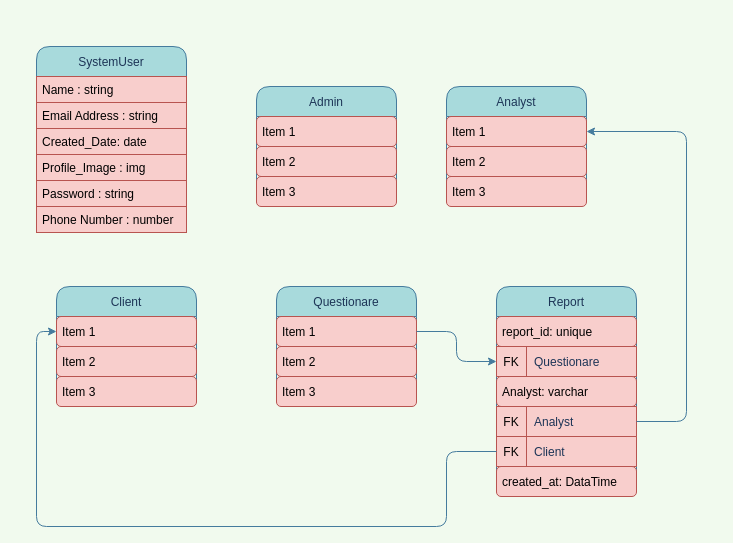
mabdulrafea101/sohaib_fyp_docs keeps this draw.io diagram as erd_GBSD.drawio. Above is the earlier version. Source tidied: cells renumbered, new cells numbered last; positions are measured from the earlier drawing's top-left corner, leaving out a move shared by most shapes. Both pictures are drawn from the tidied source at 100%, with x=0, y=0 at pixel (36, 46).
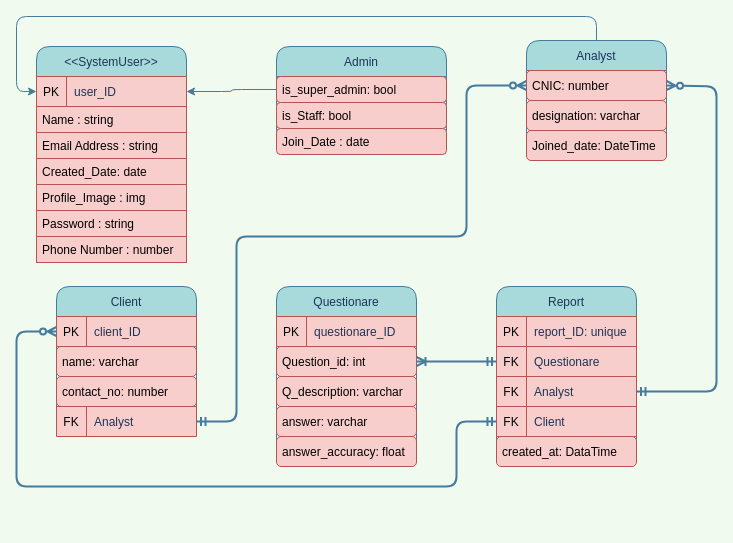
Above is the later version.

The change refers to these unchanged cells:
```xml
<mxCell id="28" style="shape=partialRectangle;fillColor=none;top=0;left=0;bottom=0;right=0;points=[[0,0.5],[1,0.5]];portConstraint=eastwest;rounded=0;sketch=0;fontColor=#1D3557;strokeColor=#457B9D;" parent="27" vertex="1">
  <mxGeometry width="140" height="30" as="geometry" />
</mxCell>
<mxCell id="33" style="shape=partialRectangle;fillColor=none;top=0;left=0;bottom=0;right=0;points=[[0,0.5],[1,0.5]];portConstraint=eastwest;rounded=0;sketch=0;fontColor=#1D3557;strokeColor=#457B9D;" parent="32" vertex="1">
  <mxGeometry width="140" height="30" as="geometry" />
</mxCell>
<mxCell id="37" style="shape=partialRectangle;fillColor=none;top=0;left=0;bottom=0;right=0;points=[[0,0.5],[1,0.5]];portConstraint=eastwest;rounded=0;sketch=0;fontColor=#1D3557;strokeColor=#457B9D;" parent="36" vertex="1">
  <mxGeometry width="140" height="30" as="geometry" />
</mxCell>
```

Change to the diagram source:
```diff
@@
-    <mxCell id="2" value="SystemUser" style="swimlane;fontStyle=0;horizontal=1;startSize=30;rounded=1;fontColor=#1D3557;strokeColor=#457B9D;fillColor=#A8DADC;" parent="1" vertex="1">
-      <mxGeometry width="150" height="186" as="geometry" />
+    <mxCell id="2" value="&lt;&lt;SystemUser&gt;&gt;" style="swimlane;fontStyle=0;horizontal=1;startSize=30;rounded=1;fontColor=#1D3557;strokeColor=#457B9D;fillColor=#A8DADC;" parent="1" vertex="1">
+      <mxGeometry width="150" height="216" as="geometry" />
     </mxCell>
+    <mxCell id="44" style="shape=table;startSize=0;childLayout=tableLayout;rowLines=0;fontStyle=0;align=center;strokeColor=#b85450;fillColor=#f8cecc;rounded=1;sketch=0;fontColor=#000000;" parent="2" vertex="1">
+      <mxGeometry y="30" width="150" height="30" as="geometry" />
+    </mxCell>
+    <mxCell id="45" style="shape=partialRectangle;fillColor=none;top=0;left=0;bottom=0;right=0;points=[[0,0.5],[1,0.5]];portConstraint=eastwest;rounded=0;sketch=0;fontColor=#1D3557;strokeColor=#457B9D;" parent="44" vertex="1">
+      <mxGeometry width="150" height="30" as="geometry" />
+    </mxCell>
+    <mxCell id="46" value="PK" style="shape=partialRectangle;fillColor=none;top=0;left=0;bottom=0;right=0;fontStyle=0;overflow=hidden;rounded=0;sketch=0;fontColor=#000000;strokeColor=#457B9D;" parent="45" vertex="1">
+      <mxGeometry width="30" height="30" as="geometry" />
+    </mxCell>
+    <mxCell id="47" value="user_ID" style="shape=partialRectangle;fillColor=none;top=0;left=0;bottom=0;right=0;align=left;spacingLeft=6;fontStyle=0;overflow=hidden;rounded=0;sketch=0;fontColor=#1D3557;strokeColor=#457B9D;" parent="45" vertex="1">
+      <mxGeometry x="30" width="120" height="30" as="geometry" />
+    </mxCell>
     <mxCell id="3" value="Name : string" style="text;align=left;verticalAlign=top;spacingLeft=4;spacingRight=4;overflow=hidden;fillColor=#f8cecc;strokeColor=#b85450;" parent="2" vertex="1">
-      <mxGeometry y="30" width="150" height="26" as="geometry" />
+      <mxGeometry y="60" width="150" height="26" as="geometry" />
     </mxCell>
     <mxCell id="4" value="Email Address : string" style="text;align=left;verticalAlign=top;spacingLeft=4;spacingRight=4;overflow=hidden;rounded=0;shadow=0;html=0;fillColor=#f8cecc;strokeColor=#b85450;" parent="2" vertex="1">
-      <mxGeometry y="56" width="150" height="26" as="geometry" />
+      <mxGeometry y="86" width="150" height="26" as="geometry" />
     </mxCell>
     <mxCell id="5" value="Created_Date: date" style="text;align=left;verticalAlign=top;spacingLeft=4;spacingRight=4;overflow=hidden;rounded=0;shadow=0;html=0;fillColor=#f8cecc;strokeColor=#b85450;" parent="2" vertex="1">
-      <mxGeometry y="82" width="150" height="26" as="geometry" />
+      <mxGeometry y="112" width="150" height="26" as="geometry" />
     </mxCell>
     <mxCell id="6" value="Profile_Image : img" style="text;align=left;verticalAlign=top;spacingLeft=4;spacingRight=4;overflow=hidden;rounded=0;shadow=0;html=0;fillColor=#f8cecc;strokeColor=#b85450;" parent="2" vertex="1">
-      <mxGeometry y="108" width="150" height="26" as="geometry" />
+      <mxGeometry y="138" width="150" height="26" as="geometry" />
     </mxCell>
     <mxCell id="7" value="Password : string" style="text;align=left;verticalAlign=top;spacingLeft=4;spacingRight=4;overflow=hidden;rounded=0;shadow=0;html=0;fillColor=#f8cecc;strokeColor=#b85450;" parent="2" vertex="1">
-      <mxGeometry y="134" width="150" height="26" as="geometry" />
+      <mxGeometry y="164" width="150" height="26" as="geometry" />
     </mxCell>
     <mxCell id="8" value="Phone Number : number" style="text;align=left;verticalAlign=top;spacingLeft=4;spacingRight=4;overflow=hidden;rounded=0;shadow=0;html=0;fillColor=#f8cecc;strokeColor=#b85450;" parent="2" vertex="1">
-      <mxGeometry y="160" width="150" height="26" as="geometry" />
+      <mxGeometry y="190" width="150" height="26" as="geometry" />
     </mxCell>
     <mxCell id="9" value="Admin" style="swimlane;fontStyle=0;horizontal=1;startSize=30;rounded=1;fontColor=#1D3557;strokeColor=#457B9D;fillColor=#A8DADC;" parent="1" vertex="1">
-      <mxGeometry x="220" y="40" width="140" height="120" as="geometry" />
+      <mxGeometry x="240" width="170" height="108" as="geometry" />
     </mxCell>
-    <mxCell id="10" value="Item 1" style="text;strokeColor=#b85450;fillColor=#f8cecc;align=left;verticalAlign=middle;spacingLeft=4;spacingRight=4;overflow=hidden;rounded=1;" parent="9" vertex="1">
-      <mxGeometry y="30" width="140" height="30" as="geometry" />
-    </mxCell>
-    <mxCell id="11" value="Item 2" style="text;strokeColor=#b85450;fillColor=#f8cecc;align=left;verticalAlign=middle;spacingLeft=4;spacingRight=4;overflow=hidden;rounded=1;" parent="9" vertex="1">
-      <mxGeometry y="60" width="140" height="30" as="geometry" />
-    </mxCell>
-    <mxCell id="12" value="Item 3" style="text;strokeColor=#b85450;fillColor=#f8cecc;align=left;verticalAlign=middle;spacingLeft=4;spacingRight=4;overflow=hidden;rounded=1;" parent="9" vertex="1">
-      <mxGeometry y="90" width="140" height="30" as="geometry" />
-    </mxCell>
+    <mxCell id="48" value="is_super_admin: bool" style="text;align=left;verticalAlign=top;spacingLeft=4;spacingRight=4;overflow=hidden;points=[[0,0.5],[1,0.5]];portConstraint=eastwest;fillColor=#f8cecc;strokeColor=#b85450;rounded=1;" parent="9" vertex="1">
+      <mxGeometry y="30" width="170" height="26" as="geometry" />
+    </mxCell>
+    <mxCell id="49" value="is_Staff: bool" style="text;align=left;verticalAlign=top;spacingLeft=4;spacingRight=4;overflow=hidden;fillColor=#f8cecc;strokeColor=#b85450;rounded=1;" parent="9" vertex="1">
+      <mxGeometry y="56" width="170" height="26" as="geometry" />
+    </mxCell>
+    <mxCell id="50" value="Join_Date : date" style="text;align=left;verticalAlign=top;spacingLeft=4;spacingRight=4;overflow=hidden;fillColor=#f8cecc;strokeColor=#b85450;rounded=1;" parent="9" vertex="1">
+      <mxGeometry y="82" width="170" height="26" as="geometry" />
+    </mxCell>
+    <mxCell id="51" style="edgeStyle=orthogonalEdgeStyle;curved=0;rounded=1;sketch=0;jettySize=auto;html=1;exitX=0.5;exitY=0;exitDx=0;exitDy=0;entryX=0;entryY=0.5;entryDx=0;entryDy=0;fontColor=#000000;strokeColor=#457B9D;fillColor=#A8DADC;" parent="1" edge="1" source="13" target="45">
+      <mxGeometry relative="1" as="geometry">
+        <Array as="points">
+          <mxPoint x="560" y="-30" />
+          <mxPoint x="-20" y="-30" />
+          <mxPoint x="-20" y="45" />
+        </Array>
+      </mxGeometry>
+    </mxCell>
     <mxCell id="13" value="Analyst" style="swimlane;fontStyle=0;horizontal=1;startSize=30;rounded=1;fontColor=#1D3557;strokeColor=#457B9D;fillColor=#A8DADC;" parent="1" vertex="1">
-      <mxGeometry x="410" y="40" width="140" height="120" as="geometry" />
+      <mxGeometry x="490" y="-6" width="140" height="120" as="geometry" />
     </mxCell>
-    <mxCell id="14" value="Item 1" style="text;strokeColor=#b85450;fillColor=#f8cecc;align=left;verticalAlign=middle;spacingLeft=4;spacingRight=4;overflow=hidden;points=[[0,0.5],[1,0.5]];portConstraint=eastwest;rounded=1;" parent="13" vertex="1">
+    <mxCell id="14" value="CNIC: number" style="text;strokeColor=#b85450;fillColor=#f8cecc;align=left;verticalAlign=middle;spacingLeft=4;spacingRight=4;overflow=hidden;points=[[0,0.5],[1,0.5]];portConstraint=eastwest;rounded=1;" parent="13" vertex="1">
       <mxGeometry y="30" width="140" height="30" as="geometry" />
     </mxCell>
-    <mxCell id="15" value="Item 2" style="text;strokeColor=#b85450;fillColor=#f8cecc;align=left;verticalAlign=middle;spacingLeft=4;spacingRight=4;overflow=hidden;rounded=1;" parent="13" vertex="1">
+    <mxCell id="15" value="designation: varchar" style="text;strokeColor=#b85450;fillColor=#f8cecc;align=left;verticalAlign=middle;spacingLeft=4;spacingRight=4;overflow=hidden;rounded=1;" parent="13" vertex="1">
       <mxGeometry y="60" width="140" height="30" as="geometry" />
     </mxCell>
-    <mxCell id="16" value="Item 3" style="text;strokeColor=#b85450;fillColor=#f8cecc;align=left;verticalAlign=middle;spacingLeft=4;spacingRight=4;overflow=hidden;rounded=1;" parent="13" vertex="1">
+    <mxCell id="16" value="Joined_date: DateTime" style="text;strokeColor=#b85450;fillColor=#f8cecc;align=left;verticalAlign=middle;spacingLeft=4;spacingRight=4;overflow=hidden;rounded=1;" parent="13" vertex="1">
       <mxGeometry y="90" width="140" height="30" as="geometry" />
     </mxCell>
     <mxCell id="17" value="Client" style="swimlane;fontStyle=0;horizontal=1;startSize=30;rounded=1;fontColor=#1D3557;strokeColor=#457B9D;fillColor=#A8DADC;" parent="1" vertex="1">
-      <mxGeometry x="20" y="240" width="140" height="120" as="geometry" />
+      <mxGeometry x="20" y="240" width="140" height="150" as="geometry" />
     </mxCell>
+    <mxCell id="52" style="shape=table;startSize=0;childLayout=tableLayout;rowLines=0;fontStyle=0;align=center;strokeColor=#b85450;fillColor=#f8cecc;rounded=1;sketch=0;fontColor=#000000;" parent="17" vertex="1">
+      <mxGeometry y="30" width="140" height="30" as="geometry" />
+    </mxCell>
+    <mxCell id="53" style="shape=partialRectangle;fillColor=none;top=0;left=0;bottom=0;right=0;points=[[0,0.5],[1,0.5]];portConstraint=eastwest;rounded=0;sketch=0;fontColor=#1D3557;strokeColor=#457B9D;" parent="52" vertex="1">
+      <mxGeometry width="140" height="30" as="geometry" />
+    </mxCell>
+    <mxCell id="54" value="PK" style="shape=partialRectangle;fillColor=none;top=0;left=0;bottom=0;right=0;fontStyle=0;overflow=hidden;rounded=0;sketch=0;fontColor=#000000;strokeColor=#457B9D;" parent="53" vertex="1">
+      <mxGeometry width="30" height="30" as="geometry" />
+    </mxCell>
+    <mxCell id="55" value="client_ID" style="shape=partialRectangle;fillColor=none;top=0;left=0;bottom=0;right=0;align=left;spacingLeft=6;fontStyle=0;overflow=hidden;rounded=0;sketch=0;fontColor=#1D3557;strokeColor=#457B9D;" parent="53" vertex="1">
+      <mxGeometry x="30" width="110" height="30" as="geometry" />
+    </mxCell>
-    <mxCell id="18" value="Item 1" style="text;strokeColor=#b85450;fillColor=#f8cecc;align=left;verticalAlign=middle;spacingLeft=4;spacingRight=4;overflow=hidden;points=[[0,0.5],[1,0.5]];portConstraint=eastwest;rounded=1;" parent="17" vertex="1">
-      <mxGeometry y="30" width="140" height="30" as="geometry" />
+    <mxCell id="18" value="name: varchar" style="text;strokeColor=#b85450;fillColor=#f8cecc;align=left;verticalAlign=middle;spacingLeft=4;spacingRight=4;overflow=hidden;points=[[0,0.5],[1,0.5]];portConstraint=eastwest;rounded=1;" parent="17" vertex="1">
+      <mxGeometry y="60" width="140" height="30" as="geometry" />
     </mxCell>
-    <mxCell id="19" value="Item 2" style="text;strokeColor=#b85450;fillColor=#f8cecc;align=left;verticalAlign=middle;spacingLeft=4;spacingRight=4;overflow=hidden;rounded=1;" parent="17" vertex="1">
-      <mxGeometry y="60" width="140" height="30" as="geometry" />
+    <mxCell id="19" value="contact_no: number" style="text;strokeColor=#b85450;fillColor=#f8cecc;align=left;verticalAlign=middle;spacingLeft=4;spacingRight=4;overflow=hidden;rounded=1;" parent="17" vertex="1">
+      <mxGeometry y="90" width="140" height="30" as="geometry" />
     </mxCell>
-    <mxCell id="20" value="Item 3" style="text;strokeColor=#b85450;fillColor=#f8cecc;align=left;verticalAlign=middle;spacingLeft=4;spacingRight=4;overflow=hidden;rounded=1;" parent="17" vertex="1">
-      <mxGeometry y="90" width="140" height="30" as="geometry" />
-    </mxCell>
+    <mxCell id="56" style="shape=table;startSize=0;childLayout=tableLayout;rowLines=0;fontStyle=0;align=center;strokeColor=#b85450;fillColor=#f8cecc;rounded=1;sketch=0;fontColor=#000000;" parent="17" vertex="1">
+      <mxGeometry y="120" width="140" height="30" as="geometry" />
+    </mxCell>
+    <mxCell id="57" style="shape=partialRectangle;fillColor=none;top=0;left=0;bottom=0;right=0;points=[[0,0.5],[1,0.5]];portConstraint=eastwest;rounded=0;sketch=0;fontColor=#1D3557;strokeColor=#457B9D;" parent="56" vertex="1">
+      <mxGeometry width="140" height="30" as="geometry" />
+    </mxCell>
+    <mxCell id="58" value="FK" style="shape=partialRectangle;fillColor=none;top=0;left=0;bottom=0;right=0;fontStyle=0;overflow=hidden;rounded=0;sketch=0;fontColor=#000000;strokeColor=#457B9D;" parent="57" vertex="1">
+      <mxGeometry width="30" height="30" as="geometry" />
+    </mxCell>
+    <mxCell id="59" value="Analyst" style="shape=partialRectangle;fillColor=none;top=0;left=0;bottom=0;right=0;align=left;spacingLeft=6;fontStyle=0;overflow=hidden;rounded=0;sketch=0;fontColor=#1D3557;strokeColor=#457B9D;" parent="57" vertex="1">
+      <mxGeometry x="30" width="110" height="30" as="geometry" />
+    </mxCell>
     <mxCell id="21" value="Questionare" style="swimlane;fontStyle=0;horizontal=1;startSize=30;rounded=1;fontColor=#1D3557;strokeColor=#457B9D;fillColor=#A8DADC;" parent="1" vertex="1">
-      <mxGeometry x="240" y="240" width="140" height="120" as="geometry" />
+      <mxGeometry x="240" y="240" width="140" height="180" as="geometry" />
     </mxCell>
+    <mxCell id="60" style="shape=table;startSize=0;childLayout=tableLayout;rowLines=0;fontStyle=0;align=center;strokeColor=#b85450;fillColor=#f8cecc;rounded=1;sketch=0;fontColor=#000000;" parent="21" vertex="1">
+      <mxGeometry y="30" width="140" height="30" as="geometry" />
+    </mxCell>
+    <mxCell id="61" style="shape=partialRectangle;fillColor=none;top=0;left=0;bottom=0;right=0;rounded=0;sketch=0;fontColor=#1D3557;strokeColor=#457B9D;" parent="60" vertex="1">
+      <mxGeometry width="140" height="30" as="geometry" />
+    </mxCell>
+    <mxCell id="62" value="PK" style="shape=partialRectangle;fillColor=none;top=0;left=0;bottom=0;right=0;fontStyle=0;overflow=hidden;rounded=0;sketch=0;fontColor=#000000;strokeColor=#457B9D;" parent="61" vertex="1">
+      <mxGeometry width="30" height="30" as="geometry" />
+    </mxCell>
+    <mxCell id="63" value="questionare_ID" style="shape=partialRectangle;fillColor=none;top=0;left=0;bottom=0;right=0;align=left;spacingLeft=6;fontStyle=0;overflow=hidden;rounded=0;sketch=0;fontColor=#1D3557;strokeColor=#457B9D;" parent="61" vertex="1">
+      <mxGeometry x="30" width="110" height="30" as="geometry" />
+    </mxCell>
-    <mxCell id="22" value="Item 1" style="text;strokeColor=#b85450;fillColor=#f8cecc;align=left;verticalAlign=middle;spacingLeft=4;spacingRight=4;overflow=hidden;points=[[0,0.5],[1,0.5]];portConstraint=eastwest;rounded=1;" parent="21" vertex="1">
-      <mxGeometry y="30" width="140" height="30" as="geometry" />
+    <mxCell id="22" value="Question_id: int" style="text;strokeColor=#b85450;fillColor=#f8cecc;align=left;verticalAlign=middle;spacingLeft=4;spacingRight=4;overflow=hidden;points=[[0,0.5],[1,0.5]];portConstraint=eastwest;rounded=1;" parent="21" vertex="1">
+      <mxGeometry y="60" width="140" height="30" as="geometry" />
     </mxCell>
-    <mxCell id="23" value="Item 2" style="text;strokeColor=#b85450;fillColor=#f8cecc;align=left;verticalAlign=middle;spacingLeft=4;spacingRight=4;overflow=hidden;rounded=1;" parent="21" vertex="1">
-      <mxGeometry y="60" width="140" height="30" as="geometry" />
+    <mxCell id="23" value="Q_description: varchar" style="text;strokeColor=#b85450;fillColor=#f8cecc;align=left;verticalAlign=middle;spacingLeft=4;spacingRight=4;overflow=hidden;rounded=1;" parent="21" vertex="1">
+      <mxGeometry y="90" width="140" height="30" as="geometry" />
     </mxCell>
-    <mxCell id="24" value="Item 3" style="text;strokeColor=#b85450;fillColor=#f8cecc;align=left;verticalAlign=middle;spacingLeft=4;spacingRight=4;overflow=hidden;rounded=1;" parent="21" vertex="1">
-      <mxGeometry y="90" width="140" height="30" as="geometry" />
+    <mxCell id="24" value="answer: varchar" style="text;strokeColor=#b85450;fillColor=#f8cecc;align=left;verticalAlign=middle;spacingLeft=4;spacingRight=4;overflow=hidden;rounded=1;" parent="21" vertex="1">
+      <mxGeometry y="120" width="140" height="30" as="geometry" />
     </mxCell>
+    <mxCell id="64" value="answer_accuracy: float" style="text;strokeColor=#b85450;fillColor=#f8cecc;align=left;verticalAlign=middle;spacingLeft=4;spacingRight=4;overflow=hidden;rounded=1;" parent="21" vertex="1">
+      <mxGeometry y="150" width="140" height="30" as="geometry" />
+    </mxCell>
     <mxCell id="25" value="Report" style="swimlane;fontStyle=0;horizontal=1;startSize=30;rounded=1;fontColor=#1D3557;strokeColor=#457B9D;fillColor=#A8DADC;" parent="1" vertex="1">
-      <mxGeometry x="460" y="240" width="140" height="210" as="geometry" />
+      <mxGeometry x="460" y="240" width="140" height="180" as="geometry" />
     </mxCell>
-    <mxCell id="26" value="report_id: unique" style="text;strokeColor=#b85450;fillColor=#f8cecc;align=left;verticalAlign=middle;spacingLeft=4;spacingRight=4;overflow=hidden;rounded=1;" parent="25" vertex="1">
-      <mxGeometry y="30" width="140" height="30" as="geometry" />
-    </mxCell>
+    <mxCell id="65" style="shape=table;startSize=0;childLayout=tableLayout;rowLines=0;fontStyle=0;align=center;strokeColor=#b85450;fillColor=#f8cecc;rounded=1;sketch=0;fontColor=#000000;" parent="25" vertex="1">
+      <mxGeometry y="30" width="140" height="30" as="geometry" />
+    </mxCell>
+    <mxCell id="66" style="shape=partialRectangle;fillColor=none;top=0;left=0;bottom=0;right=0;rounded=0;sketch=0;fontColor=#1D3557;strokeColor=#457B9D;" parent="65" vertex="1">
+      <mxGeometry width="140" height="30" as="geometry" />
+    </mxCell>
+    <mxCell id="67" value="PK" style="shape=partialRectangle;fillColor=none;top=0;left=0;bottom=0;right=0;fontStyle=0;overflow=hidden;rounded=0;sketch=0;fontColor=#000000;strokeColor=#457B9D;" parent="66" vertex="1">
+      <mxGeometry width="30" height="30" as="geometry" />
+    </mxCell>
+    <mxCell id="68" value="report_ID: unique" style="shape=partialRectangle;fillColor=none;top=0;left=0;bottom=0;right=0;align=left;spacingLeft=6;fontStyle=0;overflow=hidden;rounded=0;sketch=0;fontColor=#1D3557;strokeColor=#457B9D;" parent="66" vertex="1">
+      <mxGeometry x="30" width="110" height="30" as="geometry" />
+    </mxCell>
@@
-    <mxCell id="31" value="Analyst: varchar" style="text;strokeColor=#b85450;fillColor=#f8cecc;align=left;verticalAlign=middle;spacingLeft=4;spacingRight=4;overflow=hidden;rounded=1;" parent="25" vertex="1">
-      <mxGeometry y="90" width="140" height="30" as="geometry" />
-    </mxCell>
     <mxCell id="32" style="shape=table;startSize=0;childLayout=tableLayout;rowLines=0;fontStyle=0;align=center;strokeColor=#b85450;fillColor=#f8cecc;rounded=1;sketch=0;fontColor=#000000;" parent="25" vertex="1">
-      <mxGeometry y="120" width="140" height="30" as="geometry" />
+      <mxGeometry y="90" width="140" height="30" as="geometry" />
     </mxCell>
@@
     <mxCell id="36" style="shape=table;startSize=0;childLayout=tableLayout;rowLines=0;fontStyle=0;align=center;strokeColor=#b85450;fillColor=#f8cecc;rounded=1;sketch=0;fontColor=#000000;" parent="25" vertex="1">
-      <mxGeometry y="150" width="140" height="30" as="geometry" />
+      <mxGeometry y="120" width="140" height="30" as="geometry" />
     </mxCell>
@@
     <mxCell id="40" value="created_at: DataTime" style="text;strokeColor=#b85450;fillColor=#f8cecc;align=left;verticalAlign=middle;spacingLeft=4;spacingRight=4;overflow=hidden;rounded=1;" parent="25" vertex="1">
-      <mxGeometry y="180" width="140" height="30" as="geometry" />
+      <mxGeometry y="150" width="140" height="30" as="geometry" />
     </mxCell>
-    <mxCell id="41" style="edgeStyle=orthogonalEdgeStyle;curved=0;rounded=1;sketch=0;jettySize=auto;html=1;exitX=1;exitY=0.5;exitDx=0;exitDy=0;entryX=0;entryY=0.5;entryDx=0;entryDy=0;fontColor=#1D3557;strokeColor=#457B9D;fillColor=#A8DADC;" parent="1" edge="1" source="22" target="28">
+    <mxCell id="41" style="edgeStyle=orthogonalEdgeStyle;curved=0;rounded=1;sketch=0;jettySize=auto;html=1;exitX=1;exitY=0.5;exitDx=0;exitDy=0;entryX=0;entryY=0.5;entryDx=0;entryDy=0;fontColor=#1D3557;strokeColor=#457B9D;fillColor=#A8DADC;endArrow=ERmandOne;endFill=0;startArrow=ERoneToMany;startFill=0;strokeWidth=2;sourcePerimeterSpacing=5;targetPerimeterSpacing=5;" parent="1" edge="1" source="22" target="28">
       <mxGeometry relative="1" as="geometry" />
     </mxCell>
+    <mxCell id="69" style="edgeStyle=orthogonalEdgeStyle;curved=0;rounded=1;sketch=0;jettySize=auto;html=1;exitX=0;exitY=0.5;exitDx=0;exitDy=0;entryX=1;entryY=0.5;entryDx=0;entryDy=0;fontColor=#000000;strokeColor=#457B9D;fillColor=#A8DADC;" parent="1" edge="1" source="48" target="45">
+      <mxGeometry relative="1" as="geometry" />
+    </mxCell>
+    <mxCell id="70" style="edgeStyle=orthogonalEdgeStyle;curved=0;rounded=1;sketch=0;jettySize=auto;html=1;exitX=1;exitY=0.5;exitDx=0;exitDy=0;entryX=0;entryY=0.5;entryDx=0;entryDy=0;fontColor=#1D3557;strokeColor=#457B9D;fillColor=#A8DADC;endArrow=ERzeroToMany;endFill=0;startArrow=ERmandOne;startFill=0;strokeWidth=2;sourcePerimeterSpacing=5;targetPerimeterSpacing=5;" parent="1" edge="1" source="57" target="14">
+      <mxGeometry relative="1" as="geometry">
+        <Array as="points">
+          <mxPoint x="200" y="375" />
+          <mxPoint x="200" y="190" />
+          <mxPoint x="430" y="190" />
+          <mxPoint x="430" y="39" />
+        </Array>
+      </mxGeometry>
+    </mxCell>
-    <mxCell id="42" style="edgeStyle=orthogonalEdgeStyle;curved=0;rounded=1;sketch=0;jettySize=auto;html=1;exitX=1;exitY=0.5;exitDx=0;exitDy=0;entryX=1;entryY=0.5;entryDx=0;entryDy=0;fontColor=#000000;strokeColor=#457B9D;fillColor=#A8DADC;" parent="1" edge="1" source="33" target="14">
+    <mxCell id="42" style="edgeStyle=orthogonalEdgeStyle;curved=0;rounded=1;sketch=0;jettySize=auto;html=1;exitX=1;exitY=0.5;exitDx=0;exitDy=0;entryX=1;entryY=0.5;entryDx=0;entryDy=0;fontColor=#1D3557;strokeColor=#457B9D;fillColor=#A8DADC;endArrow=ERzeroToMany;endFill=0;startArrow=ERmandOne;startFill=0;strokeWidth=2;sourcePerimeterSpacing=5;targetPerimeterSpacing=5;" parent="1" edge="1" source="33" target="14">
       <mxGeometry relative="1" as="geometry">
         <Array as="points">
-          <mxPoint x="650" y="375" />
-          <mxPoint x="650" y="85" />
+          <mxPoint x="680" y="345" />
+          <mxPoint x="680" y="40" />
         </Array>
       </mxGeometry>
     </mxCell>
-    <mxCell id="43" style="edgeStyle=orthogonalEdgeStyle;curved=0;rounded=1;sketch=0;jettySize=auto;html=1;exitX=0;exitY=0.5;exitDx=0;exitDy=0;entryX=0;entryY=0.5;entryDx=0;entryDy=0;fontColor=#000000;strokeColor=#457B9D;fillColor=#A8DADC;" parent="1" edge="1" source="37" target="18">
-      <mxGeometry relative="1" as="geometry">
-        <Array as="points">
-          <mxPoint x="410" y="405" />
-          <mxPoint x="410" y="480" />
-          <mxPoint y="480" />
-          <mxPoint y="285" />
-        </Array>
-      </mxGeometry>
-    </mxCell>
+    <mxCell id="71" style="edgeStyle=orthogonalEdgeStyle;curved=0;rounded=1;sketch=0;jettySize=auto;html=1;exitX=0;exitY=0.5;exitDx=0;exitDy=0;entryX=0;entryY=0.5;entryDx=0;entryDy=0;fontColor=#1D3557;strokeColor=#457B9D;fillColor=#A8DADC;endArrow=ERzeroToMany;endFill=0;startArrow=ERmandOne;startFill=0;strokeWidth=2;sourcePerimeterSpacing=5;targetPerimeterSpacing=5;" parent="1" edge="1" source="37" target="53">
+      <mxGeometry relative="1" as="geometry">
+        <Array as="points">
+          <mxPoint x="420" y="375" />
+          <mxPoint x="420" y="440" />
+          <mxPoint x="-20" y="440" />
+          <mxPoint x="-20" y="285" />
+        </Array>
+      </mxGeometry>
+    </mxCell>
```
